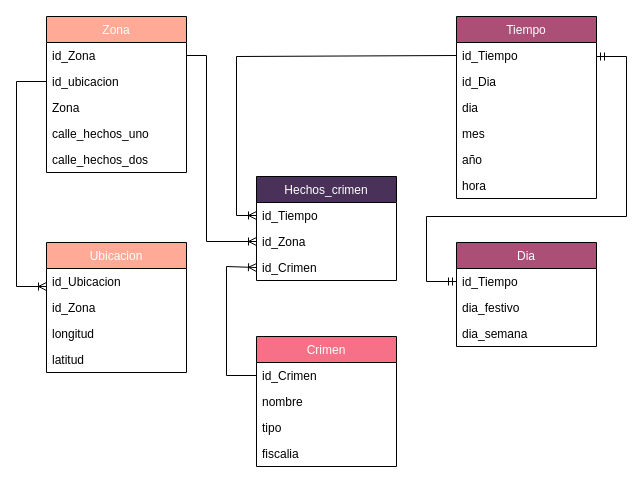
Before: Diagramas/Diseño de base de datos/DiseñoBasedeDatosTT.drawio in OscarMendoza-afk/TTAnalisisDeCrimen, a draw.io diagram. Source tidied: cells renumbered, new cells numbered last; positions are measured from the earlier drawing's top-left corner, leaving out a move shared by most shapes. Both pictures are drawn from the tidied source at 100%, with x=0, y=0 at pixel (16, 16).
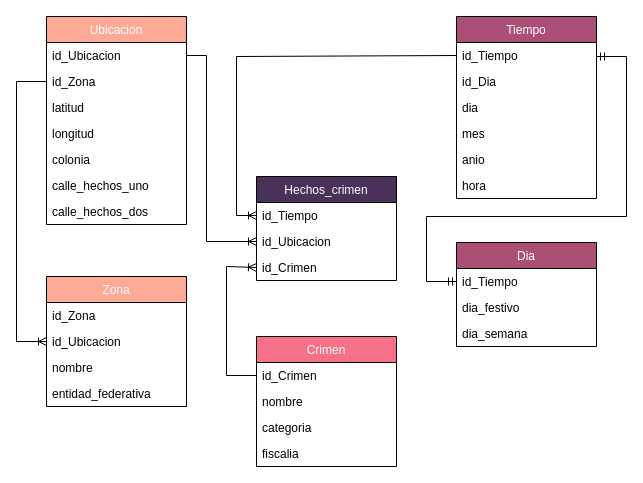
Above is the later version.

Unchanged cells that the change refers to:
```xml
<mxCell id="2" value="Crimen" style="swimlane;fontStyle=0;horizontal=1;startSize=26;fillColor=#F67188;fontColor=#FFFFFF;" parent="1" vertex="1">
  <mxGeometry x="240" y="320" width="140" height="130" as="geometry" />
</mxCell>
<mxCell id="7" value="Tiempo" style="swimlane;fontStyle=0;horizontal=1;startSize=26;fillColor=#AB4F77;fontColor=#FFFFFF;" parent="1" vertex="1">
  <mxGeometry x="440" width="140" height="182" as="geometry" />
</mxCell>
<mxCell id="14" value="Hechos_crimen" style="swimlane;fontStyle=0;horizontal=1;startSize=26;fillColor=#4A3159;fontColor=#FFFFFF;" parent="1" vertex="1">
  <mxGeometry x="240" y="160" width="140" height="104" as="geometry" />
</mxCell>
```

The edit, as a diff of the source:
```diff
@@
-    <mxCell id="5" value="tipo" style="text;strokeColor=none;fillColor=none;align=left;verticalAlign=top;spacingLeft=4;spacingRight=4;overflow=hidden;" parent="2" vertex="1">
+    <mxCell id="5" value="categoria" style="text;strokeColor=none;fillColor=none;align=left;verticalAlign=top;spacingLeft=4;spacingRight=4;overflow=hidden;" parent="2" vertex="1">
       <mxGeometry y="78" width="140" height="26" as="geometry" />
     </mxCell>
@@
-    <mxCell id="12" value="año" style="text;strokeColor=none;fillColor=none;align=left;verticalAlign=top;spacingLeft=4;spacingRight=4;overflow=hidden;" parent="7" vertex="1">
+    <mxCell id="12" value="anio" style="text;strokeColor=none;fillColor=none;align=left;verticalAlign=top;spacingLeft=4;spacingRight=4;overflow=hidden;" parent="7" vertex="1">
       <mxGeometry y="130" width="140" height="26" as="geometry" />
     </mxCell>
@@
-    <mxCell id="16" value="id_Zona" style="text;strokeColor=none;fillColor=none;align=left;verticalAlign=top;spacingLeft=4;spacingRight=4;overflow=hidden;points=[[0,0.5],[1,0.5]];portConstraint=eastwest;" parent="14" vertex="1">
+    <mxCell id="16" value="id_Ubicacion" style="text;strokeColor=none;fillColor=none;align=left;verticalAlign=top;spacingLeft=4;spacingRight=4;overflow=hidden;points=[[0,0.5],[1,0.5]];portConstraint=eastwest;" parent="14" vertex="1">
       <mxGeometry y="52" width="140" height="26" as="geometry" />
     </mxCell>
@@
-    <mxCell id="18" value="Ubicacion" style="swimlane;fontStyle=0;horizontal=1;startSize=26;fillColor=#FFA997;fontColor=#FFFFFF;" parent="1" vertex="1">
-      <mxGeometry x="30" y="226" width="140" height="130" as="geometry" />
+    <mxCell id="18" value="Zona" style="swimlane;fontStyle=0;horizontal=1;startSize=26;fillColor=#FFA997;fontColor=#FFFFFF;" parent="1" vertex="1">
+      <mxGeometry x="30" y="260" width="140" height="130" as="geometry" />
     </mxCell>
-    <mxCell id="19" value="id_Ubicacion" style="text;strokeColor=none;fillColor=none;align=left;verticalAlign=top;spacingLeft=4;spacingRight=4;overflow=hidden;points=[[0,0.5],[1,0.5]];portConstraint=eastwest;" parent="18" vertex="1">
+    <mxCell id="19" value="id_Zona" style="text;strokeColor=none;fillColor=none;align=left;verticalAlign=top;spacingLeft=4;spacingRight=4;overflow=hidden;points=[[0,0.5],[1,0.5]];portConstraint=eastwest;" parent="18" vertex="1">
       <mxGeometry y="26" width="140" height="26" as="geometry" />
     </mxCell>
-    <mxCell id="20" value="id_Zona" style="text;strokeColor=none;fillColor=none;align=left;verticalAlign=top;spacingLeft=4;spacingRight=4;overflow=hidden;points=[[0,0.5],[1,0.5]];portConstraint=eastwest;fontColor=#000000;" parent="18" vertex="1">
+    <mxCell id="20" value="id_Ubicacion" style="text;strokeColor=none;fillColor=none;align=left;verticalAlign=top;spacingLeft=4;spacingRight=4;overflow=hidden;points=[[0,0.5],[1,0.5]];portConstraint=eastwest;fontColor=#000000;" parent="18" vertex="1">
       <mxGeometry y="52" width="140" height="26" as="geometry" />
     </mxCell>
-    <mxCell id="21" value="longitud " style="text;strokeColor=none;fillColor=none;align=left;verticalAlign=top;spacingLeft=4;spacingRight=4;overflow=hidden;" parent="18" vertex="1">
+    <mxCell id="21" value="nombre" style="text;strokeColor=none;fillColor=none;align=left;verticalAlign=top;spacingLeft=4;spacingRight=4;overflow=hidden;" parent="18" vertex="1">
       <mxGeometry y="78" width="140" height="26" as="geometry" />
     </mxCell>
-    <mxCell id="22" value="latitud" style="text;strokeColor=none;fillColor=none;align=left;verticalAlign=top;spacingLeft=4;spacingRight=4;overflow=hidden;" parent="18" vertex="1">
+    <mxCell id="22" value="entidad_federativa" style="text;strokeColor=none;fillColor=none;align=left;verticalAlign=top;spacingLeft=4;spacingRight=4;overflow=hidden;" parent="18" vertex="1">
       <mxGeometry y="104" width="140" height="26" as="geometry" />
     </mxCell>
-    <mxCell id="23" value="Zona" style="swimlane;fontStyle=0;horizontal=1;startSize=26;fillColor=#FFA997;fontColor=#FFFFFF;" parent="1" vertex="1">
-      <mxGeometry x="30" width="140" height="156" as="geometry" />
+    <mxCell id="23" value="Ubicacion" style="swimlane;fontStyle=0;horizontal=1;startSize=26;fillColor=#FFA997;fontColor=#FFFFFF;" parent="1" vertex="1">
+      <mxGeometry x="30" width="140" height="208" as="geometry" />
     </mxCell>
-    <mxCell id="24" value="id_Zona" style="text;strokeColor=none;fillColor=none;align=left;verticalAlign=top;spacingLeft=4;spacingRight=4;overflow=hidden;points=[[0,0.5],[1,0.5]];portConstraint=eastwest;" parent="23" vertex="1">
+    <mxCell id="24" value="id_Ubicacion" style="text;strokeColor=none;fillColor=none;align=left;verticalAlign=top;spacingLeft=4;spacingRight=4;overflow=hidden;points=[[0,0.5],[1,0.5]];portConstraint=eastwest;" parent="23" vertex="1">
       <mxGeometry y="26" width="140" height="26" as="geometry" />
     </mxCell>
-    <mxCell id="25" value="id_ubicacion" style="text;strokeColor=none;fillColor=none;align=left;verticalAlign=top;spacingLeft=4;spacingRight=4;overflow=hidden;points=[[0,0.5],[1,0.5]];portConstraint=eastwest;" parent="23" vertex="1">
+    <mxCell id="25" value="id_Zona" style="text;strokeColor=none;fillColor=none;align=left;verticalAlign=top;spacingLeft=4;spacingRight=4;overflow=hidden;points=[[0,0.5],[1,0.5]];portConstraint=eastwest;" parent="23" vertex="1">
       <mxGeometry y="52" width="140" height="26" as="geometry" />
     </mxCell>
-    <mxCell id="26" value="Zona" style="text;strokeColor=none;fillColor=none;align=left;verticalAlign=top;spacingLeft=4;spacingRight=4;overflow=hidden;fontColor=#000000;" parent="23" vertex="1">
+    <mxCell id="26" value="latitud" style="text;strokeColor=none;fillColor=none;align=left;verticalAlign=top;spacingLeft=4;spacingRight=4;overflow=hidden;fontColor=#000000;" parent="23" vertex="1">
       <mxGeometry y="78" width="140" height="26" as="geometry" />
     </mxCell>
-    <mxCell id="27" value="calle_hechos_uno" style="text;strokeColor=none;fillColor=none;align=left;verticalAlign=top;spacingLeft=4;spacingRight=4;overflow=hidden;" parent="23" vertex="1">
+    <mxCell id="27" value="longitud" style="text;strokeColor=none;fillColor=none;align=left;verticalAlign=top;spacingLeft=4;spacingRight=4;overflow=hidden;" parent="23" vertex="1">
       <mxGeometry y="104" width="140" height="26" as="geometry" />
     </mxCell>
-    <mxCell id="28" value="calle_hechos_dos" style="text;strokeColor=none;fillColor=none;align=left;verticalAlign=top;spacingLeft=4;spacingRight=4;overflow=hidden;" parent="23" vertex="1">
+    <mxCell id="28" value="colonia" style="text;strokeColor=none;fillColor=none;align=left;verticalAlign=top;spacingLeft=4;spacingRight=4;overflow=hidden;" parent="23" vertex="1">
       <mxGeometry y="130" width="140" height="26" as="geometry" />
     </mxCell>
+    <mxCell id="38" value="calle_hechos_uno" style="text;strokeColor=none;fillColor=none;align=left;verticalAlign=top;spacingLeft=4;spacingRight=4;overflow=hidden;" parent="23" vertex="1">
+      <mxGeometry y="156" width="140" height="26" as="geometry" />
+    </mxCell>
+    <mxCell id="39" value="calle_hechos_dos" style="text;strokeColor=none;fillColor=none;align=left;verticalAlign=top;spacingLeft=4;spacingRight=4;overflow=hidden;" parent="23" vertex="1">
+      <mxGeometry y="182" width="140" height="26" as="geometry" />
+    </mxCell>
@@
-    <mxCell id="33" style="edgeStyle=orthogonalEdgeStyle;fontSize=12;html=1;endArrow=ERoneToMany;rounded=0;labelBackgroundColor=none;fontColor=#000000;exitX=0;exitY=0.5;exitDx=0;exitDy=0;entryX=0;entryY=0.692;entryDx=0;entryDy=0;entryPerimeter=0;" parent="1" edge="1" source="25" target="19">
+    <mxCell id="33" style="edgeStyle=orthogonalEdgeStyle;fontSize=12;html=1;endArrow=ERoneToMany;rounded=0;labelBackgroundColor=none;fontColor=#000000;exitX=0;exitY=0.5;exitDx=0;exitDy=0;entryX=0;entryY=0.5;entryDx=0;entryDy=0;" parent="1" edge="1" source="25" target="20">
       <mxGeometry relative="1" as="geometry">
         <Array as="points">
           <mxPoint y="65" />
-          <mxPoint y="270" />
+          <mxPoint y="325" />
         </Array>
       </mxGeometry>
     </mxCell>
```
